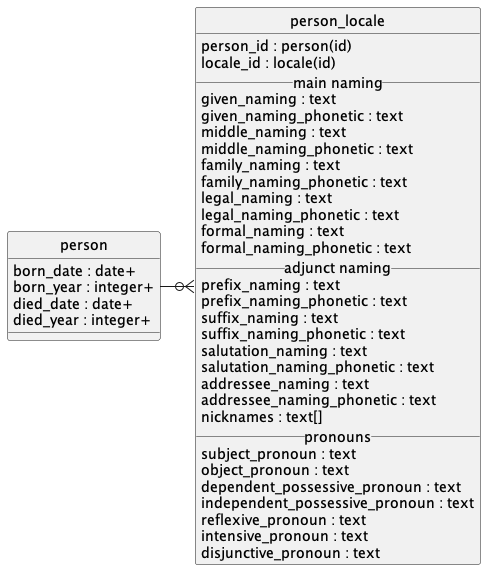
The PlantUML diagram doc/concepts/person/uml.png in contactopensource/contactopensource, before a commit. The source it was exported from:
```plantuml
@startuml uml
skinparam monochrome true
skinparam linetype ortho
hide circle

entity person {
    born_date : date+
    born_year : integer+
    died_date : date+
    died_year : integer+
}

entity person_locale {
    person_id : person(id)
    locale_id : locale(id)
    __ main naming __
    given_naming : text
    given_naming_phonetic : text
    middle_naming : text
    middle_naming_phonetic : text
    family_naming : text
    family_naming_phonetic : text
    legal_naming : text
    legal_naming_phonetic : text
    formal_naming : text
    formal_naming_phonetic : text
    __ adjunct naming __
    prefix_naming : text
    prefix_naming_phonetic : text
    suffix_naming : text
    suffix_naming_phonetic : text
    salutation_naming : text
    salutation_naming_phonetic : text
    addressee_naming : text
    addressee_naming_phonetic : text
    nicknames : text[]
    __ pronouns __
    subject_pronoun : text
    object_pronoun : text
    dependent_possessive_pronoun : text
    independent_possessive_pronoun : text
    reflexive_pronoun : text
    intensive_pronoun : text
    disjunctive_pronoun : text
}

person -r-o{ person_locale

@enduml
```
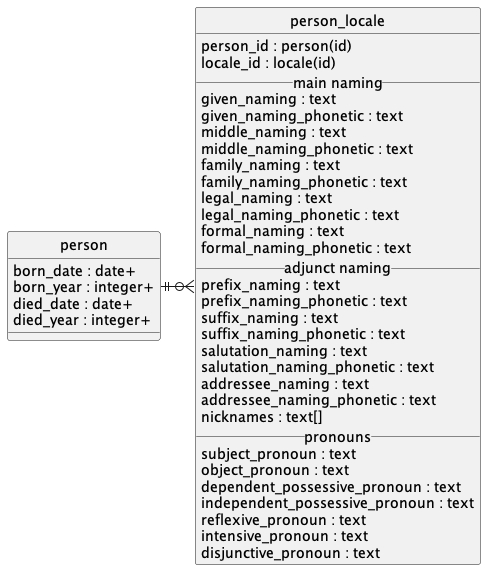
After the commit.

Diff of the diagram source:
```diff
@@ -44,6 +44,6 @@
     disjunctive_pronoun : text
 }
 
-person -r-o{ person_locale
+person ||-r-o{ person_locale
 
 @enduml
```
